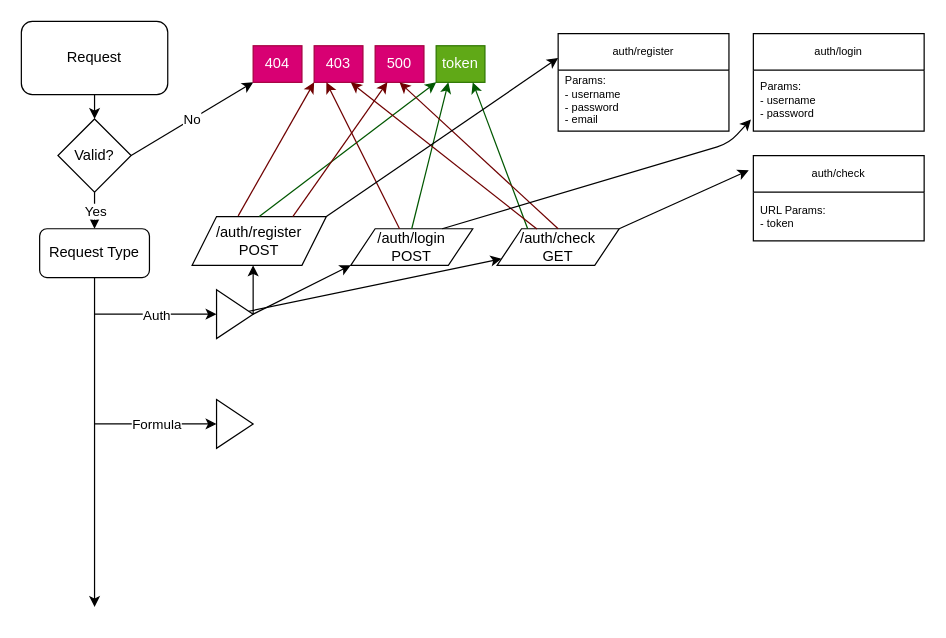
klaus-mana/formu keeps this draw.io diagram as misc/api-model.dio. Above is the earlier version. Source tidied: cells renumbered, new cells numbered last; positions are measured from the earlier drawing's top-left corner, leaving out a move shared by most shapes. Both pictures are drawn from the tidied source at 122%, with x=0, y=0 at pixel (21, 21).
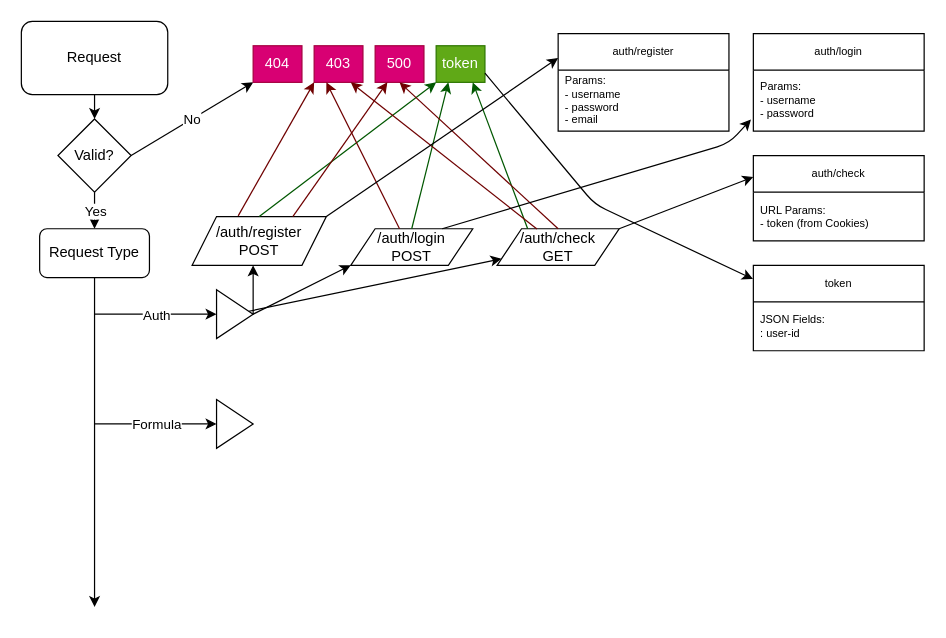
After the change.

The change refers to these unchanged cells:
```xml
<mxCell id="20" value="/auth/check&lt;br&gt;GET" style="shape=parallelogram;perimeter=parallelogramPerimeter;whiteSpace=wrap;html=1;fixedSize=1;" parent="1" vertex="1">
  <mxGeometry x="390" y="170" width="100" height="30" as="geometry" />
</mxCell>
<mxCell id="23" value="token" style="rounded=0;whiteSpace=wrap;html=1;fillColor=#60a917;fontColor=#ffffff;strokeColor=#2D7600;" parent="1" vertex="1">
  <mxGeometry x="340" y="20" width="40" height="30" as="geometry" />
</mxCell>
<mxCell id="40" value="auth/check" style="swimlane;fontStyle=0;horizontal=1;startSize=30;whiteSpace=wrap;html=1;fontSize=9;" parent="1" vertex="1">
  <mxGeometry x="600" y="110" width="140" height="70" as="geometry" />
</mxCell>
```

Change to the diagram source:
```diff
@@
-    <mxCell id="41" value="URL Params:&lt;br&gt;- token" style="text;strokeColor=none;fillColor=none;align=left;verticalAlign=middle;spacingLeft=4;spacingRight=4;overflow=hidden;whiteSpace=wrap;html=1;fontSize=9;" parent="40" vertex="1">
+    <mxCell id="41" value="URL Params:&lt;br&gt;- token (from Cookies)" style="text;strokeColor=none;fillColor=none;align=left;verticalAlign=middle;spacingLeft=4;spacingRight=4;overflow=hidden;whiteSpace=wrap;html=1;fontSize=9;" parent="40" vertex="1">
       <mxGeometry y="30" width="140" height="40" as="geometry" />
     </mxCell>
-    <mxCell id="42" style="endArrow=classic;html=1;exitX=1;exitY=0;exitDx=0;exitDy=0;entryX=-0.027;entryY=0.173;entryDx=0;entryDy=0;entryPerimeter=0;" parent="1" edge="1" source="20" target="40">
+    <mxCell id="42" style="endArrow=classic;html=1;exitX=1;exitY=0;exitDx=0;exitDy=0;entryX=0;entryY=0.25;entryDx=0;entryDy=0;" parent="1" edge="1" source="20" target="40">
       <mxGeometry relative="1" as="geometry" />
     </mxCell>
@@
+    <mxCell id="44" style="endArrow=classic;html=1;fontSize=9;exitX=1;exitY=0.75;exitDx=0;exitDy=0;entryX=-0.002;entryY=0.161;entryDx=0;entryDy=0;entryPerimeter=0;" parent="1" edge="1" source="23" target="45">
+      <mxGeometry relative="1" as="geometry">
+        <Array as="points">
+          <mxPoint x="470" y="150" />
+        </Array>
+      </mxGeometry>
+    </mxCell>
+    <mxCell id="45" value="token" style="swimlane;fontStyle=0;horizontal=1;startSize=30;whiteSpace=wrap;html=1;fontSize=9;" parent="1" vertex="1">
+      <mxGeometry x="600" y="200" width="140" height="70" as="geometry" />
+    </mxCell>
+    <mxCell id="46" value="JSON Fields:&lt;br&gt;: user-id" style="text;strokeColor=none;fillColor=none;align=left;verticalAlign=middle;spacingLeft=4;spacingRight=4;overflow=hidden;whiteSpace=wrap;html=1;fontSize=9;" parent="45" vertex="1">
+      <mxGeometry y="30" width="140" height="40" as="geometry" />
+    </mxCell>
```
